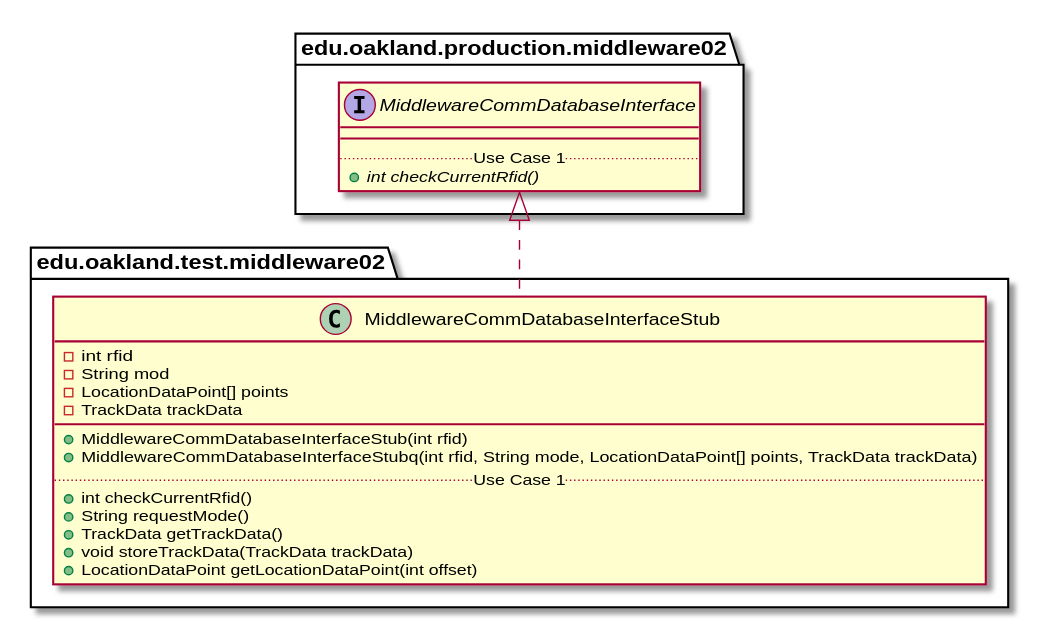
This is docs/uml-class-diagrams/middleware02/test/MiddlewareCommDatabaseInterfaceStub/MiddlewareCommDatabaseInterfaceStub_Closure.svg from andrewdimmer/csi-3370-software-project, a PlantUML export, as it was before one commit. Source of this version:
```plantuml
@startuml MiddlewareCommDatabaseInterfaceStub_Closure


package edu.oakland.test.middleware02 {
    class MiddlewareCommDatabaseInterfaceStub {
        - int rfid
        - String mod
        - LocationDataPoint[] points
        - TrackData trackData
        __
        + MiddlewareCommDatabaseInterfaceStub(int rfid)
        + MiddlewareCommDatabaseInterfaceStubq(int rfid, String mode, LocationDataPoint[] points, TrackData trackData)
        .. Use Case 1 ..
        + int checkCurrentRfid()
        + String requestMode()
        + TrackData getTrackData()
        + void storeTrackData(TrackData trackData)
        + LocationDataPoint getLocationDataPoint(int offset)
    }
}




package edu.oakland.production.middleware02 {
    interface MiddlewareCommDatabaseInterface {
        __
        .. Use Case 1 ..
        {abstract} + int checkCurrentRfid()
    }
}






MiddlewareCommDatabaseInterfaceStub .up.|> MiddlewareCommDatabaseInterface



@enduml
```
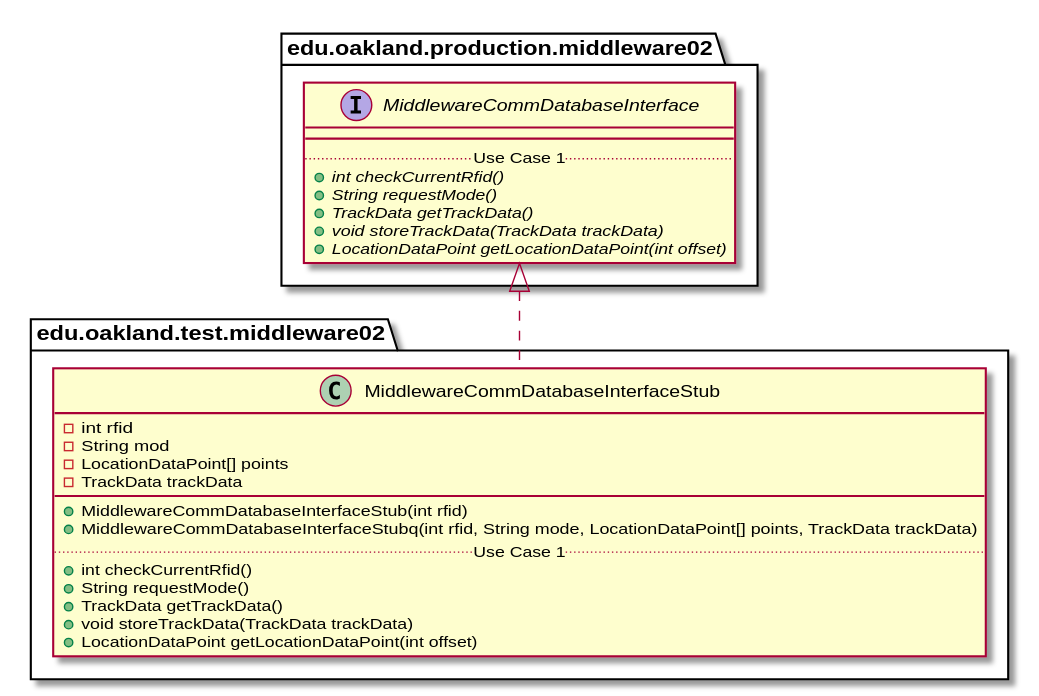
The same diagram one commit later.

What changed in the source:
```diff
@@ -27,6 +27,10 @@
         __
         .. Use Case 1 ..
         {abstract} + int checkCurrentRfid()
+        {abstract} + String requestMode()
+        {abstract} + TrackData getTrackData()
+        {abstract} + void storeTrackData(TrackData trackData)
+        {abstract} + LocationDataPoint getLocationDataPoint(int offset)
     }
 }
 
```
